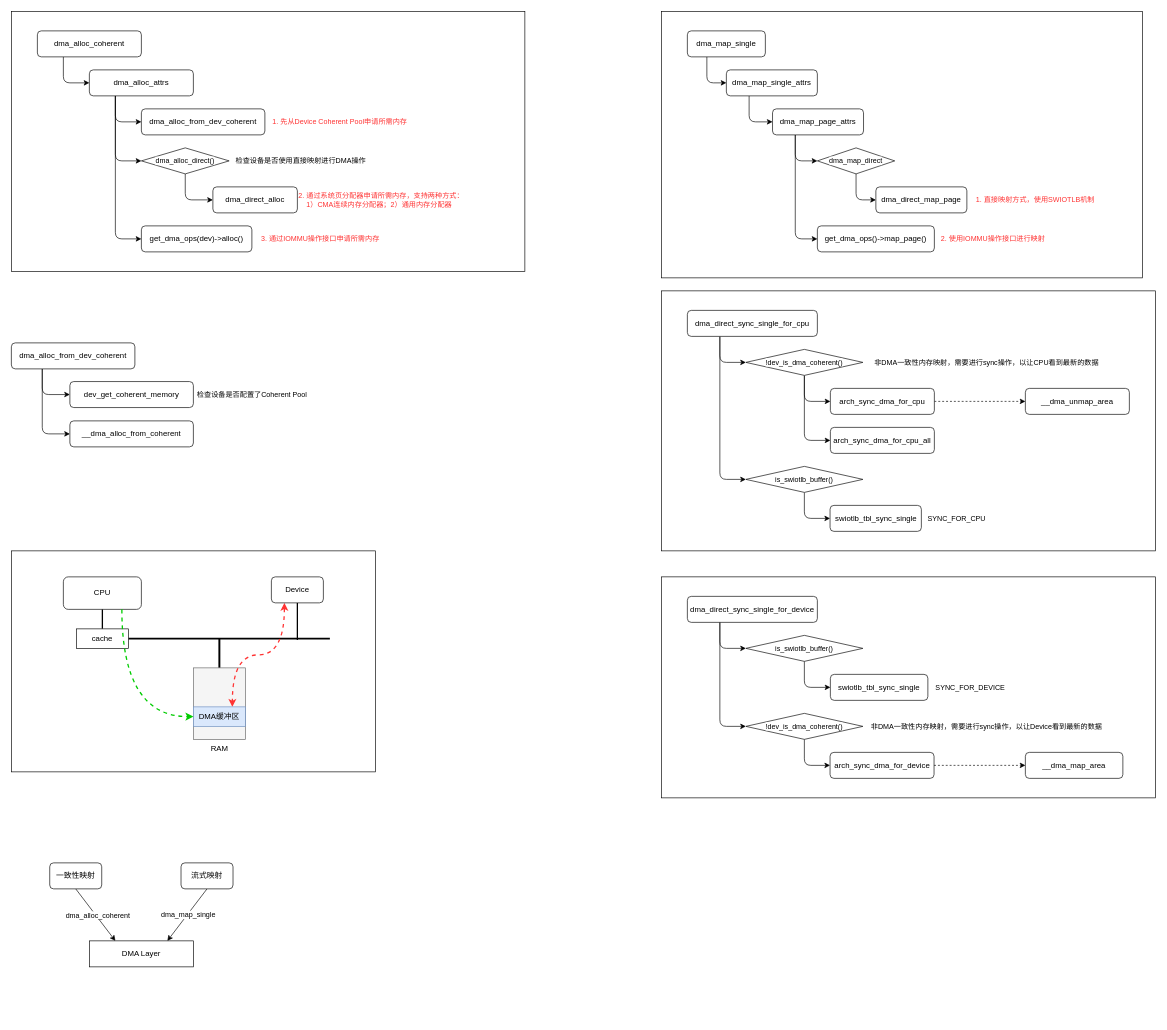
The draw.io diagram page "DMA" (1 of 4) of linux/linux-driver.drawio in Aspiresky/draw.io, before the edit. Source tidied: cells renumbered, new cells numbered last; positions are measured from the earlier drawing's top-left corner, leaving out a move shared by most shapes. Both pictures are drawn from the tidied source at 65%, with x=0, y=0 at pixel (11, 11).
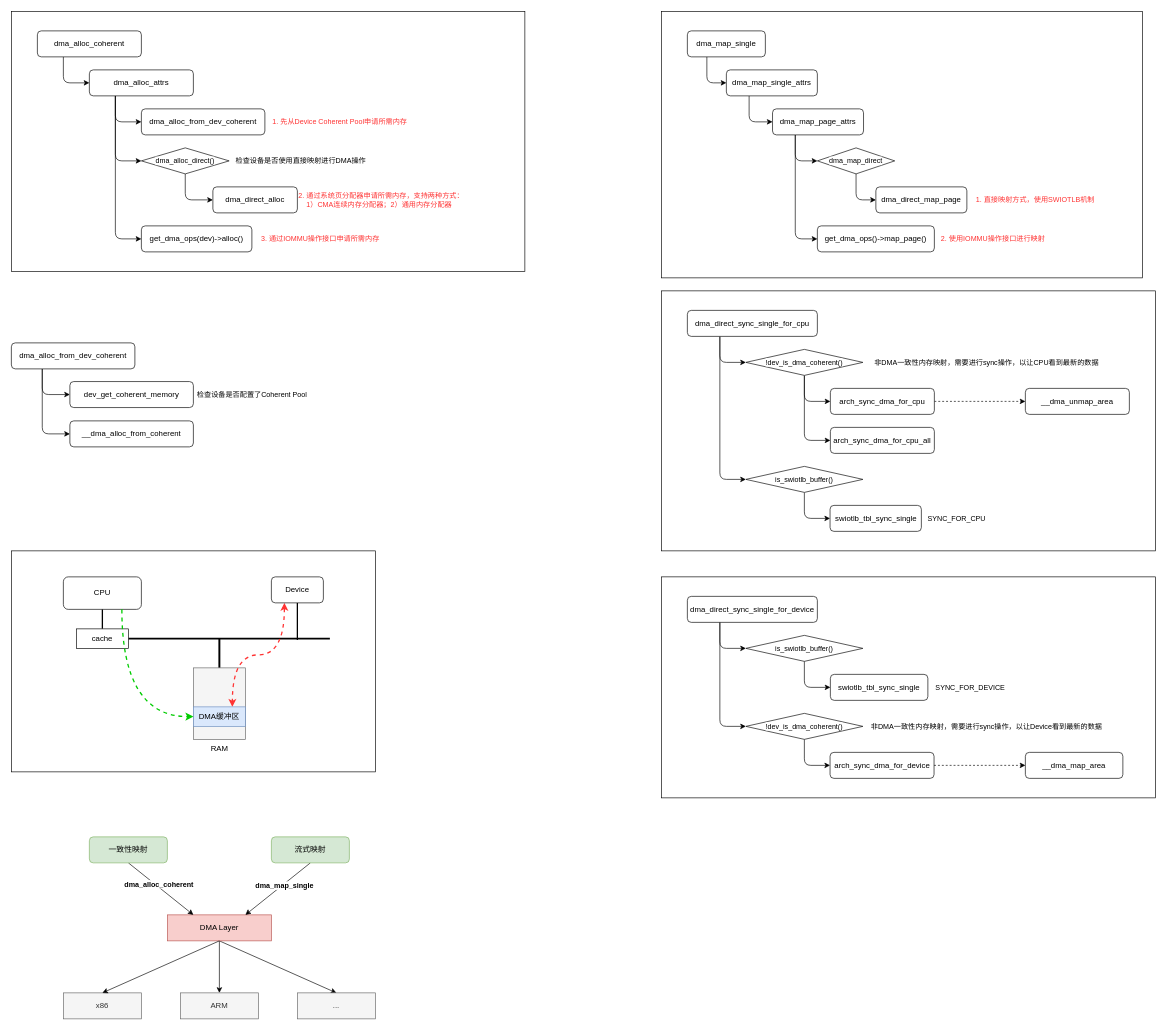
The same diagram, later.

What changed in the source:
```diff
@@
+    <mxCell id="88" style="rounded=0;jettySize=auto;html=1;entryX=0.5;entryY=0;entryDx=0;entryDy=0;" parent="1" edge="1" source="81" target="92">
+      <mxGeometry relative="1" as="geometry" />
+    </mxCell>
+    <mxCell id="89" style="rounded=0;jettySize=auto;html=1;exitX=0.5;exitY=1;exitDx=0;exitDy=0;entryX=0.5;entryY=0;entryDx=0;entryDy=0;" parent="1" edge="1" source="81" target="93">
+      <mxGeometry relative="1" as="geometry" />
+    </mxCell>
-    <mxCell id="81" value="DMA Layer" style="rounded=0;whiteSpace=wrap;html=1;" parent="1" vertex="1">
-      <mxGeometry x="120" y="1430" width="160" height="40" as="geometry" />
+    <mxCell id="81" value="DMA Layer" style="rounded=0;whiteSpace=wrap;html=1;fillColor=#f8cecc;strokeColor=#b85450;" parent="1" vertex="1">
+      <mxGeometry x="240" y="1390" width="160" height="40" as="geometry" />
     </mxCell>
-    <mxCell id="82" style="rounded=0;jettySize=auto;html=1;exitX=0.5;exitY=1;exitDx=0;exitDy=0;entryX=0.25;entryY=0;entryDx=0;entryDy=0;" parent="1" edge="1" source="84" target="81">
+    <mxCell id="82" style="rounded=1;jettySize=auto;html=1;exitX=0.5;exitY=1;exitDx=0;exitDy=0;entryX=0.25;entryY=0;entryDx=0;entryDy=0;" parent="1" edge="1" source="84" target="81">
       <mxGeometry relative="1" as="geometry" />
     </mxCell>
-    <mxCell id="83" value="dma_alloc_coherent" style="edgeLabel;html=1;align=center;verticalAlign=middle;" parent="82" vertex="1">
+    <mxCell id="83" value="dma_alloc_coherent" style="edgeLabel;html=1;align=center;verticalAlign=middle;fontStyle=1;" parent="82" vertex="1">
       <mxGeometry x="-0.3" y="1" relative="1" as="geometry">
-        <mxPoint x="11" y="13" as="offset" />
+        <mxPoint x="11" y="5" as="offset" />
       </mxGeometry>
     </mxCell>
-    <mxCell id="84" value="一致性映射" style="rounded=1;whiteSpace=wrap;html=1;" parent="1" vertex="1">
-      <mxGeometry x="59" y="1310" width="80" height="40" as="geometry" />
+    <mxCell id="84" value="一致性映射" style="rounded=1;whiteSpace=wrap;html=1;fillColor=#d5e8d4;strokeColor=#82b366;" parent="1" vertex="1">
+      <mxGeometry x="120" y="1270" width="120" height="40" as="geometry" />
     </mxCell>
-    <mxCell id="85" style="rounded=0;jettySize=auto;html=1;exitX=0.5;exitY=1;exitDx=0;exitDy=0;entryX=0.75;entryY=0;entryDx=0;entryDy=0;" parent="1" edge="1" source="87" target="81">
-      <mxGeometry relative="1" as="geometry" />
+    <mxCell id="85" style="rounded=0;jettySize=auto;html=1;exitX=0.5;exitY=1;exitDx=0;exitDy=0;" parent="1" edge="1" source="87">
+      <mxGeometry relative="1" as="geometry">
+        <mxPoint x="360" y="1390" as="targetPoint" />
+      </mxGeometry>
     </mxCell>
-    <mxCell id="86" value="dma_map_single" style="edgeLabel;html=1;align=center;verticalAlign=middle;" parent="85" vertex="1">
+    <mxCell id="86" value="dma_map_single" style="edgeLabel;html=1;align=center;verticalAlign=middle;fontStyle=1;" parent="85" vertex="1">
       <mxGeometry x="-0.38" y="-2" relative="1" as="geometry">
-        <mxPoint x="-9" y="16" as="offset" />
+        <mxPoint x="-8" y="11" as="offset" />
       </mxGeometry>
     </mxCell>
-    <mxCell id="87" value="流式映射" style="rounded=1;whiteSpace=wrap;html=1;" parent="1" vertex="1">
-      <mxGeometry x="261" y="1310" width="80" height="40" as="geometry" />
+    <mxCell id="87" value="流式映射" style="rounded=1;whiteSpace=wrap;html=1;fillColor=#d5e8d4;strokeColor=#82b366;" parent="1" vertex="1">
+      <mxGeometry x="400" y="1270" width="120" height="40" as="geometry" />
     </mxCell>
+    <mxCell id="90" value="x86" style="rounded=0;whiteSpace=wrap;html=1;fillColor=#f5f5f5;fontColor=#333333;strokeColor=#666666;" parent="1" vertex="1">
+      <mxGeometry x="80" y="1510" width="120" height="40" as="geometry" />
+    </mxCell>
+    <mxCell id="91" style="rounded=0;jettySize=auto;html=1;entryX=0.5;entryY=0;entryDx=0;entryDy=0;exitX=0.5;exitY=1;exitDx=0;exitDy=0;" parent="1" edge="1" source="81" target="90">
+      <mxGeometry relative="1" as="geometry" />
+    </mxCell>
+    <mxCell id="92" value="ARM" style="rounded=0;whiteSpace=wrap;html=1;fillColor=#f5f5f5;fontColor=#333333;strokeColor=#666666;" parent="1" vertex="1">
+      <mxGeometry x="260" y="1510" width="120" height="40" as="geometry" />
+    </mxCell>
+    <mxCell id="93" value="..." style="rounded=0;whiteSpace=wrap;html=1;fillColor=#f5f5f5;fontColor=#333333;strokeColor=#666666;" parent="1" vertex="1">
+      <mxGeometry x="440" y="1510" width="120" height="40" as="geometry" />
+    </mxCell>
```
